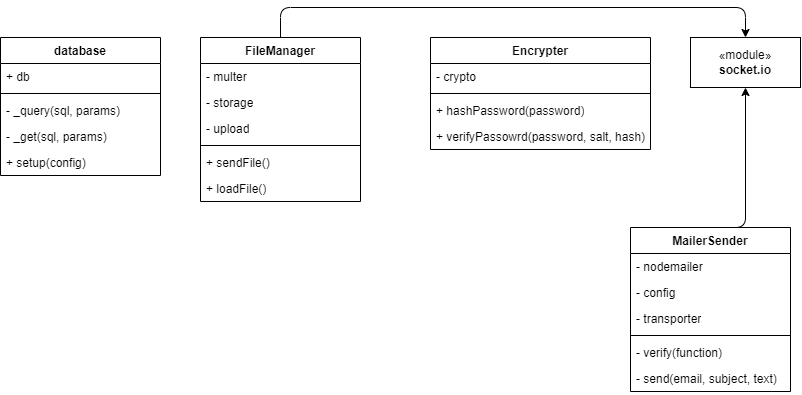
AngeloRipamonti/5C_RipamontiAvvedutoKotisCinquetti_PortaleAppunti keeps this draw.io diagram as assets/schemas/diagrams/SchemaOggettiServer.drawio.png. Above is the earlier version. Source tidied: cells renumbered, new cells last; positions are measured from the earlier drawing's top-left corner, leaving out a move shared by most shapes.
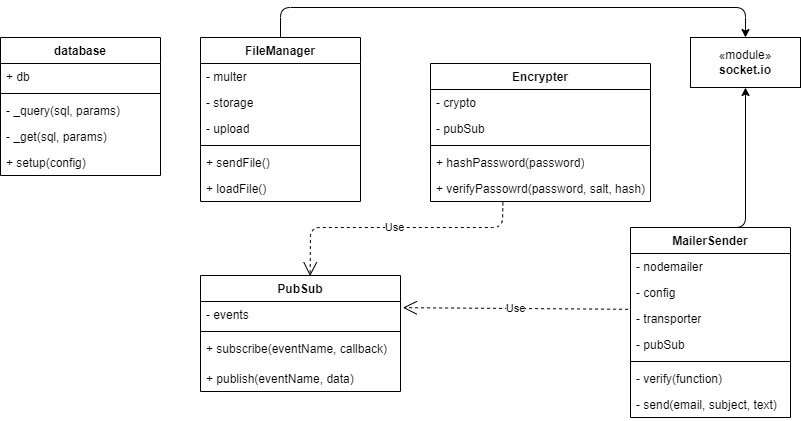
After the commit.

Diff of the diagram source:
```diff
@@ -53,19 +53,22 @@
       <mxGeometry x="690" y="30" width="110" height="50" as="geometry" />
     </mxCell>
     <mxCell id="17" value="Encrypter" style="swimlane;fontStyle=1;align=center;verticalAlign=top;horizontal=1;startSize=26;whiteSpace=wrap;html=1;" parent="1" vertex="1">
-      <mxGeometry x="430" y="30" width="220" height="112" as="geometry" />
+      <mxGeometry x="430" y="56" width="220" height="138" as="geometry" />
     </mxCell>
+    <mxCell id="30" value="- crypto" style="text;strokeColor=none;fillColor=none;align=left;verticalAlign=top;spacingLeft=4;spacingRight=4;overflow=hidden;whiteSpace=wrap;html=1;" parent="17" vertex="1">
+      <mxGeometry y="26" width="220" height="26" as="geometry" />
+    </mxCell>
-    <mxCell id="18" value="- crypto" style="text;strokeColor=none;fillColor=none;align=left;verticalAlign=top;spacingLeft=4;spacingRight=4;overflow=hidden;whiteSpace=wrap;html=1;" parent="17" vertex="1">
-      <mxGeometry y="26" width="220" height="26" as="geometry" />
+    <mxCell id="18" value="- pubSub" style="text;strokeColor=none;fillColor=none;align=left;verticalAlign=top;spacingLeft=4;spacingRight=4;overflow=hidden;whiteSpace=wrap;html=1;" parent="17" vertex="1">
+      <mxGeometry y="52" width="220" height="26" as="geometry" />
     </mxCell>
     <mxCell id="19" style="line;strokeWidth=1;fillColor=none;align=left;verticalAlign=middle;spacingTop=-1;spacingLeft=3;spacingRight=3;labelPosition=right;strokeColor=inherit;" parent="17" vertex="1">
-      <mxGeometry y="52" width="220" height="8" as="geometry" />
+      <mxGeometry y="78" width="220" height="8" as="geometry" />
     </mxCell>
     <mxCell id="20" value="+ hashPassword(password)" style="text;strokeColor=none;fillColor=none;align=left;verticalAlign=top;spacingLeft=4;spacingRight=4;overflow=hidden;whiteSpace=wrap;html=1;" parent="17" vertex="1">
-      <mxGeometry y="60" width="220" height="26" as="geometry" />
+      <mxGeometry y="86" width="220" height="26" as="geometry" />
     </mxCell>
     <mxCell id="21" value="+ verifyPassowrd(password, salt, hash)" style="text;strokeColor=none;fillColor=none;align=left;verticalAlign=top;spacingLeft=4;spacingRight=4;overflow=hidden;points=[[0,0.5],[1,0.5]];portConstraint=eastwest;whiteSpace=wrap;html=1;" parent="17" vertex="1">
-      <mxGeometry y="86" width="220" height="26" as="geometry" />
+      <mxGeometry y="112" width="220" height="26" as="geometry" />
     </mxCell>
     <mxCell id="22" style="edgeStyle=none;html=1;exitX=0.5;exitY=0;exitDx=0;exitDy=0;entryX=0.5;entryY=1;entryDx=0;entryDy=0;" parent="1" edge="1" source="23" target="16">
       <mxGeometry relative="1" as="geometry">
@@ -75,7 +78,7 @@
       </mxGeometry>
     </mxCell>
     <mxCell id="23" value="MailerSender" style="swimlane;fontStyle=1;align=center;verticalAlign=top;horizontal=1;startSize=26;whiteSpace=wrap;html=1;" parent="1" vertex="1">
-      <mxGeometry x="630" y="220" width="160" height="164" as="geometry" />
+      <mxGeometry x="630" y="220" width="160" height="190" as="geometry" />
     </mxCell>
     <mxCell id="24" value="- nodemailer" style="text;strokeColor=none;fillColor=none;align=left;verticalAlign=top;spacingLeft=4;spacingRight=4;overflow=hidden;whiteSpace=wrap;html=1;" parent="23" vertex="1">
       <mxGeometry y="26" width="160" height="26" as="geometry" />
@@ -83,17 +86,46 @@
     <mxCell id="25" value="- config" style="text;strokeColor=none;fillColor=none;align=left;verticalAlign=top;spacingLeft=4;spacingRight=4;overflow=hidden;points=[[0,0.5],[1,0.5]];portConstraint=eastwest;whiteSpace=wrap;html=1;" parent="23" vertex="1">
       <mxGeometry y="52" width="160" height="26" as="geometry" />
     </mxCell>
+    <mxCell id="31" value="- transporter" style="text;strokeColor=none;fillColor=none;align=left;verticalAlign=top;spacingLeft=4;spacingRight=4;overflow=hidden;whiteSpace=wrap;html=1;" parent="23" vertex="1">
+      <mxGeometry y="78" width="160" height="26" as="geometry" />
+    </mxCell>
-    <mxCell id="26" value="- transporter" style="text;strokeColor=none;fillColor=none;align=left;verticalAlign=top;spacingLeft=4;spacingRight=4;overflow=hidden;whiteSpace=wrap;html=1;" parent="23" vertex="1">
-      <mxGeometry y="78" width="160" height="26" as="geometry" />
+    <mxCell id="26" value="- pubSub" style="text;strokeColor=none;fillColor=none;align=left;verticalAlign=top;spacingLeft=4;spacingRight=4;overflow=hidden;whiteSpace=wrap;html=1;" parent="23" vertex="1">
+      <mxGeometry y="104" width="160" height="26" as="geometry" />
     </mxCell>
     <mxCell id="27" style="line;strokeWidth=1;fillColor=none;align=left;verticalAlign=middle;spacingTop=-1;spacingLeft=3;spacingRight=3;labelPosition=right;strokeColor=inherit;" parent="23" vertex="1">
-      <mxGeometry y="104" width="160" height="8" as="geometry" />
+      <mxGeometry y="130" width="160" height="8" as="geometry" />
     </mxCell>
     <mxCell id="28" value="- verify(function)" style="text;strokeColor=none;fillColor=none;align=left;verticalAlign=top;spacingLeft=4;spacingRight=4;overflow=hidden;whiteSpace=wrap;html=1;" parent="23" vertex="1">
-      <mxGeometry y="112" width="160" height="26" as="geometry" />
+      <mxGeometry y="138" width="160" height="26" as="geometry" />
     </mxCell>
     <mxCell id="29" value="- send(email, subject, text)" style="text;strokeColor=none;fillColor=none;align=left;verticalAlign=top;spacingLeft=4;spacingRight=4;overflow=hidden;whiteSpace=wrap;html=1;" parent="23" vertex="1">
-      <mxGeometry y="138" width="160" height="26" as="geometry" />
+      <mxGeometry y="164" width="160" height="26" as="geometry" />
     </mxCell>
+    <mxCell id="32" value="PubSub" style="swimlane;fontStyle=1;align=center;verticalAlign=top;horizontal=1;startSize=26;whiteSpace=wrap;html=1;" parent="1" vertex="1">
+      <mxGeometry x="200" y="268" width="200" height="116" as="geometry" />
+    </mxCell>
+    <mxCell id="33" value="- events" style="text;strokeColor=none;fillColor=none;align=left;verticalAlign=top;spacingLeft=4;spacingRight=4;overflow=hidden;points=[[0,0.5],[1,0.5]];portConstraint=eastwest;whiteSpace=wrap;html=1;" parent="32" vertex="1">
+      <mxGeometry y="26" width="200" height="26" as="geometry" />
+    </mxCell>
+    <mxCell id="34" style="line;strokeWidth=1;fillColor=none;align=left;verticalAlign=middle;spacingTop=-1;spacingLeft=3;spacingRight=3;labelPosition=right;strokeColor=inherit;" parent="32" vertex="1">
+      <mxGeometry y="52" width="200" height="8" as="geometry" />
+    </mxCell>
+    <mxCell id="35" value="&lt;span style=&quot;color: rgb(0, 0, 0);&quot;&gt;+ subscribe(eventName, callback)&lt;/span&gt;" style="text;strokeColor=none;fillColor=none;align=left;verticalAlign=top;spacingLeft=4;spacingRight=4;overflow=hidden;whiteSpace=wrap;html=1;" parent="32" vertex="1">
+      <mxGeometry y="60" width="200" height="30" as="geometry" />
+    </mxCell>
+    <mxCell id="36" value="&lt;span style=&quot;color: rgb(0, 0, 0);&quot;&gt;+ publish(eventName, data)&lt;/span&gt;" style="text;strokeColor=none;fillColor=none;align=left;verticalAlign=top;spacingLeft=4;spacingRight=4;overflow=hidden;whiteSpace=wrap;html=1;" parent="32" vertex="1">
+      <mxGeometry y="90" width="200" height="26" as="geometry" />
+    </mxCell>
+    <mxCell id="37" value="Use" style="endArrow=open;endSize=12;dashed=1;html=1;exitX=0.329;exitY=1.033;exitDx=0;exitDy=0;exitPerimeter=0;entryX=0.548;entryY=0.006;entryDx=0;entryDy=0;entryPerimeter=0;" parent="1" edge="1" source="21" target="32">
+      <mxGeometry relative="1" as="geometry">
+        <Array as="points">
+          <mxPoint x="502" y="220" />
+          <mxPoint x="310" y="220" />
+        </Array>
+      </mxGeometry>
+    </mxCell>
+    <mxCell id="38" value="Use" style="endArrow=open;endSize=12;dashed=1;html=1;entryX=1.012;entryY=0.238;entryDx=0;entryDy=0;entryPerimeter=0;exitX=-0.015;exitY=1.146;exitDx=0;exitDy=0;exitPerimeter=0;" parent="1" edge="1" source="25" target="33">
+      <mxGeometry relative="1" as="geometry" />
+    </mxCell>
   </root>
 </mxGraphModel>
```
